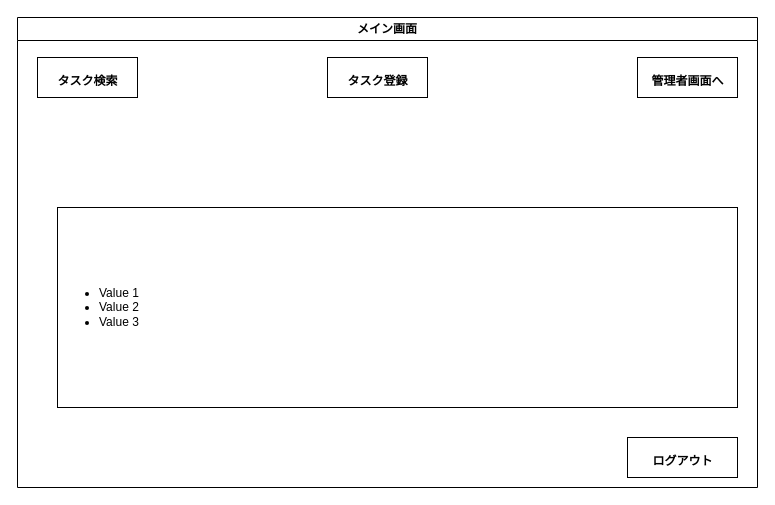
This is doc/メイン画面.drawio from kamiya-daiki/SpringBoot4-Portfolio, a draw.io file, before an edit. Source tidied: cells renumbered, new cells numbered last; positions are measured from the earlier drawing's top-left corner, leaving out a move shared by most shapes. Both pictures are drawn from the tidied source at 100%, with x=0, y=0 at pixel (17, 17).
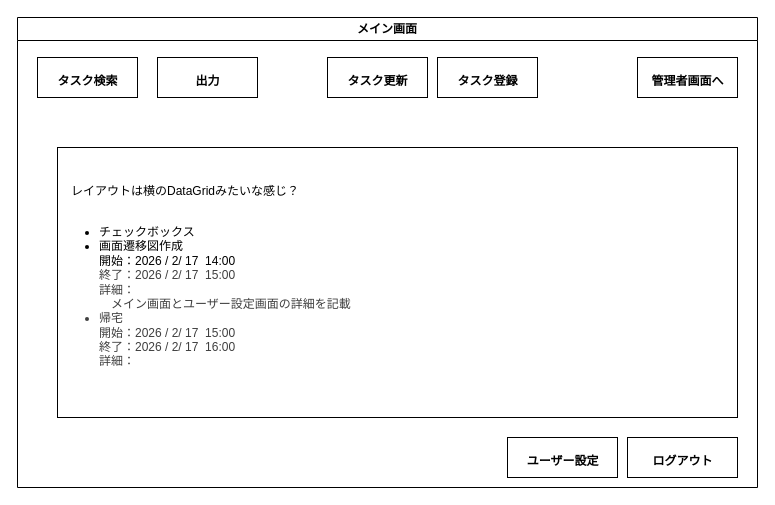
The same diagram, later.

Change to the diagram source:
```diff
@@
 <mxGraphModel>
   <root>
     <mxCell id="0" />
     <mxCell id="1" parent="0" />
     <mxCell id="2" value="メイン画面" style="swimlane;whiteSpace=wrap;html=1;" parent="1" vertex="1">
       <mxGeometry width="740" height="470" as="geometry" />
     </mxCell>
     <mxCell id="3" value="&lt;font style=&quot;font-size: 12px; line-height: 100%;&quot;&gt;管理者画面へ&lt;/font&gt;" style="text;html=1;fontSize=24;fontStyle=1;verticalAlign=middle;align=center;strokeColor=default;" parent="2" vertex="1">
       <mxGeometry x="620" y="40" width="100" height="40" as="geometry" />
     </mxCell>
     <mxCell id="4" value="&lt;font style=&quot;font-size: 12px; line-height: 100%;&quot;&gt;ログアウト&lt;/font&gt;" style="text;html=1;fontSize=24;fontStyle=1;verticalAlign=middle;align=center;strokeColor=default;" parent="2" vertex="1">
       <mxGeometry x="610" y="420" width="110" height="40" as="geometry" />
     </mxCell>
-    <mxCell id="5" value="&lt;font style=&quot;font-size: 12px; line-height: 100%;&quot;&gt;タスク登録&lt;/font&gt;" style="text;html=1;fontSize=24;fontStyle=1;verticalAlign=middle;align=center;strokeColor=default;" parent="2" vertex="1">
+    <mxCell id="5" value="&lt;font style=&quot;font-size: 12px; line-height: 100%;&quot;&gt;タスク更新&lt;/font&gt;" style="text;html=1;fontSize=24;fontStyle=1;verticalAlign=middle;align=center;strokeColor=default;" parent="2" vertex="1">
       <mxGeometry x="310" y="40" width="100" height="40" as="geometry" />
     </mxCell>
     <mxCell id="6" value="&lt;span style=&quot;font-size: 12px;&quot;&gt;タスク検索&lt;/span&gt;" style="text;html=1;fontSize=24;fontStyle=1;verticalAlign=middle;align=center;strokeColor=default;" parent="2" vertex="1">
       <mxGeometry x="20" y="40" width="100" height="40" as="geometry" />
     </mxCell>
+    <mxCell id="8" value="&lt;font style=&quot;font-size: 12px; line-height: 100%;&quot;&gt;出力&lt;/font&gt;" style="text;html=1;fontSize=24;fontStyle=1;verticalAlign=middle;align=center;strokeColor=default;" parent="2" vertex="1">
+      <mxGeometry x="140" y="40" width="100" height="40" as="geometry" />
+    </mxCell>
+    <mxCell id="9" value="&lt;font style=&quot;font-size: 12px; line-height: 100%;&quot;&gt;タスク登録&lt;/font&gt;" style="text;html=1;fontSize=24;fontStyle=1;verticalAlign=middle;align=center;strokeColor=default;" parent="2" vertex="1">
+      <mxGeometry x="420" y="40" width="100" height="40" as="geometry" />
+    </mxCell>
+    <mxCell id="10" value="&lt;font style=&quot;font-size: 12px; line-height: 100%;&quot;&gt;ユーザー設定&lt;/font&gt;" style="text;html=1;fontSize=24;fontStyle=1;verticalAlign=middle;align=center;strokeColor=default;" parent="2" vertex="1">
+      <mxGeometry x="490" y="420" width="110" height="40" as="geometry" />
+    </mxCell>
-    <mxCell id="7" value="&lt;ul&gt;&lt;li&gt;Value 1&lt;/li&gt;&lt;li&gt;Value 2&lt;/li&gt;&lt;li&gt;Value 3&lt;/li&gt;&lt;/ul&gt;" style="text;strokeColor=default;fillColor=none;html=1;whiteSpace=wrap;verticalAlign=middle;overflow=hidden;" parent="1" vertex="1">
-      <mxGeometry x="40" y="190" width="680" height="200" as="geometry" />
+    <mxCell id="7" value="&lt;div&gt;　レイアウトは横のDataGridみたいな感じ？&lt;/div&gt;&lt;div&gt;&lt;br&gt;&lt;/div&gt;&lt;ul&gt;&lt;li&gt;チェックボックス&lt;/li&gt;&lt;li&gt;画面遷移図作成&lt;br&gt;開始：2026 / 2/ 17&amp;nbsp; 14:00&lt;br&gt;&lt;span style=&quot;color: rgb(63, 63, 63);&quot;&gt;終了：2026 / 2/ 17&amp;nbsp; 15:00&lt;br&gt;詳細：&lt;br&gt;　メイン画面とユーザー設定画面の詳細を記載&lt;/span&gt;&lt;/li&gt;&lt;li style=&quot;color: rgb(63, 63, 63); scrollbar-color: rgb(226, 226, 226) rgb(251, 251, 251);&quot;&gt;帰宅&lt;br style=&quot;color: rgb(63, 63, 63); scrollbar-color: rgb(226, 226, 226) rgb(251, 251, 251);&quot;&gt;開始：2026 / 2/ 17&amp;nbsp; 15:00&lt;br style=&quot;color: rgb(63, 63, 63); scrollbar-color: rgb(226, 226, 226) rgb(251, 251, 251);&quot;&gt;&lt;span style=&quot;color: rgb(63, 63, 63); scrollbar-color: rgb(226, 226, 226) rgb(251, 251, 251);&quot;&gt;終了：2026 / 2/ 17&amp;nbsp; 16:00&lt;br style=&quot;color: rgb(63, 63, 63); scrollbar-color: rgb(226, 226, 226) rgb(251, 251, 251);&quot;&gt;詳細：&lt;br&gt;&lt;/span&gt;&lt;/li&gt;&lt;/ul&gt;" style="text;strokeColor=default;fillColor=none;html=1;whiteSpace=wrap;verticalAlign=middle;overflow=hidden;" parent="1" vertex="1">
+      <mxGeometry x="40" y="130" width="680" height="270" as="geometry" />
     </mxCell>
   </root>
 </mxGraphModel>
```
